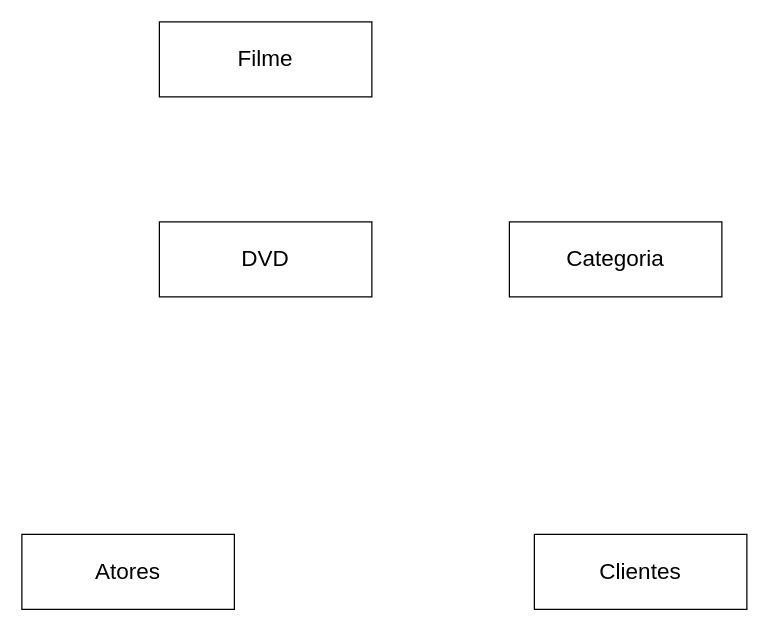
Before: Facul/ER_pds.drawio in HansRafael/projects, a draw.io diagram. Source tidied: cells renumbered, new cells numbered last; positions are measured from the earlier drawing's top-left corner, leaving out a move shared by most shapes. Both pictures are drawn from the tidied source at 125%, with x=0, y=0 at pixel (21, 21).
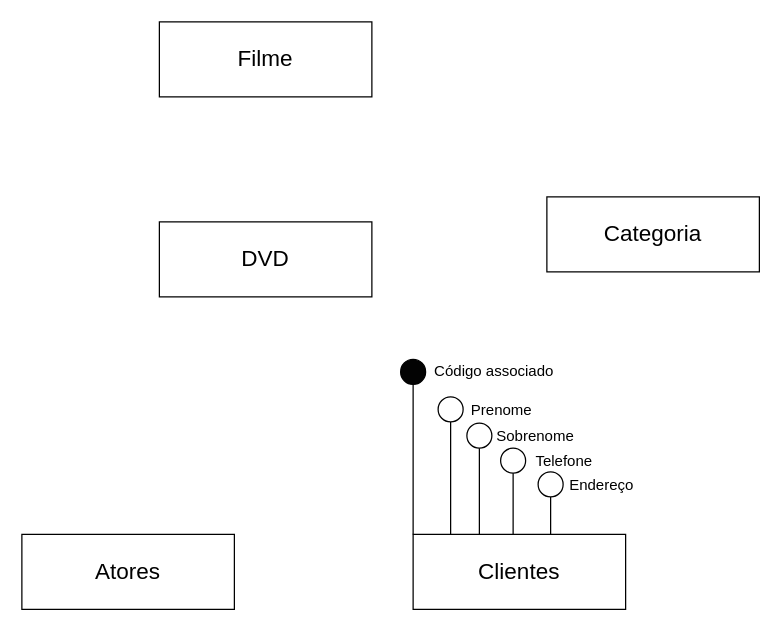
The same diagram, later.

What changed in the source:
```diff
@@
     <mxCell id="4" value="&lt;font style=&quot;font-size: 18px&quot;&gt;Clientes&lt;/font&gt;" style="rounded=0;whiteSpace=wrap;html=1;" parent="1" vertex="1">
-      <mxGeometry x="410" y="410" width="170" height="60" as="geometry" />
+      <mxGeometry x="313" y="410" width="170" height="60" as="geometry" />
     </mxCell>
@@
     <mxCell id="6" value="&lt;font style=&quot;font-size: 18px&quot;&gt;Categoria&lt;/font&gt;" style="rounded=0;whiteSpace=wrap;html=1;" parent="1" vertex="1">
-      <mxGeometry x="390" y="160" width="170" height="60" as="geometry" />
+      <mxGeometry x="420" y="140" width="170" height="60" as="geometry" />
     </mxCell>
+    <mxCell id="7" style="ellipse;whiteSpace=wrap;html=1;noLabel=1;fontColor=none;fillColor=#030303;" parent="1" vertex="1">
+      <mxGeometry x="303" y="270" width="20" height="20" as="geometry" />
+    </mxCell>
+    <mxCell id="8" style="endArrow=none;html=1;exitX=0;exitY=0;exitDx=0;exitDy=0;entryX=0.5;entryY=1;entryDx=0;entryDy=0;" parent="1" edge="1" source="4" target="7">
+      <mxGeometry relative="1" as="geometry" />
+    </mxCell>
+    <mxCell id="9" value="Código associado" style="text;html=1;strokeColor=none;fillColor=none;align=center;verticalAlign=middle;whiteSpace=wrap;rounded=0;fontSize=12;" parent="1" vertex="1">
+      <mxGeometry x="323" y="270" width="110" height="20" as="geometry" />
+    </mxCell>
+    <mxCell id="10" style="ellipse;whiteSpace=wrap;html=1;noLabel=1;fontColor=none;fillColor=#FFFFFF;" parent="1" vertex="1">
+      <mxGeometry x="333" y="300" width="20" height="20" as="geometry" />
+    </mxCell>
+    <mxCell id="11" style="endArrow=none;html=1;entryX=0.5;entryY=1;entryDx=0;entryDy=0;" parent="1" edge="1" target="10">
+      <mxGeometry relative="1" as="geometry">
+        <mxPoint x="343" y="410" as="sourcePoint" />
+      </mxGeometry>
+    </mxCell>
+    <mxCell id="12" value="Prenome" style="text;html=1;strokeColor=none;fillColor=none;align=center;verticalAlign=middle;whiteSpace=wrap;rounded=0;fontSize=12;" parent="1" vertex="1">
+      <mxGeometry x="329" y="301" width="110" height="20" as="geometry" />
+    </mxCell>
+    <mxCell id="13" style="ellipse;whiteSpace=wrap;html=1;noLabel=1;fontColor=none;fillColor=#FFFFFF;" parent="1" vertex="1">
+      <mxGeometry x="356" y="321" width="20" height="20" as="geometry" />
+    </mxCell>
+    <mxCell id="14" style="endArrow=none;html=1;entryX=0.5;entryY=1;entryDx=0;entryDy=0;" parent="1" edge="1" target="13">
+      <mxGeometry relative="1" as="geometry">
+        <mxPoint x="366" y="410" as="sourcePoint" />
+      </mxGeometry>
+    </mxCell>
+    <mxCell id="15" value="Sobrenome" style="text;html=1;strokeColor=none;fillColor=none;align=center;verticalAlign=middle;whiteSpace=wrap;rounded=0;fontSize=12;" parent="1" vertex="1">
+      <mxGeometry x="356" y="322" width="110" height="20" as="geometry" />
+    </mxCell>
+    <mxCell id="16" style="ellipse;whiteSpace=wrap;html=1;noLabel=1;fontColor=none;fillColor=#FFFFFF;" parent="1" vertex="1">
+      <mxGeometry x="383" y="341" width="20" height="20" as="geometry" />
+    </mxCell>
+    <mxCell id="17" style="endArrow=none;html=1;entryX=0.5;entryY=1;entryDx=0;entryDy=0;" parent="1" edge="1" target="16">
+      <mxGeometry relative="1" as="geometry">
+        <mxPoint x="393" y="410" as="sourcePoint" />
+      </mxGeometry>
+    </mxCell>
+    <mxCell id="18" value="Telefone" style="text;html=1;strokeColor=none;fillColor=none;align=center;verticalAlign=middle;whiteSpace=wrap;rounded=0;fontSize=12;" parent="1" vertex="1">
+      <mxGeometry x="379" y="342" width="110" height="20" as="geometry" />
+    </mxCell>
+    <mxCell id="19" style="ellipse;whiteSpace=wrap;html=1;noLabel=1;fontColor=none;fillColor=#FFFFFF;" parent="1" vertex="1">
+      <mxGeometry x="413" y="360" width="20" height="20" as="geometry" />
+    </mxCell>
+    <mxCell id="20" style="endArrow=none;html=1;entryX=0.5;entryY=1;entryDx=0;entryDy=0;" parent="1" edge="1" target="19">
+      <mxGeometry relative="1" as="geometry">
+        <mxPoint x="423" y="410" as="sourcePoint" />
+      </mxGeometry>
+    </mxCell>
+    <mxCell id="21" value="Endereço" style="text;html=1;strokeColor=none;fillColor=none;align=center;verticalAlign=middle;whiteSpace=wrap;rounded=0;fontSize=12;" parent="1" vertex="1">
+      <mxGeometry x="409" y="361" width="110" height="20" as="geometry" />
+    </mxCell>
```
